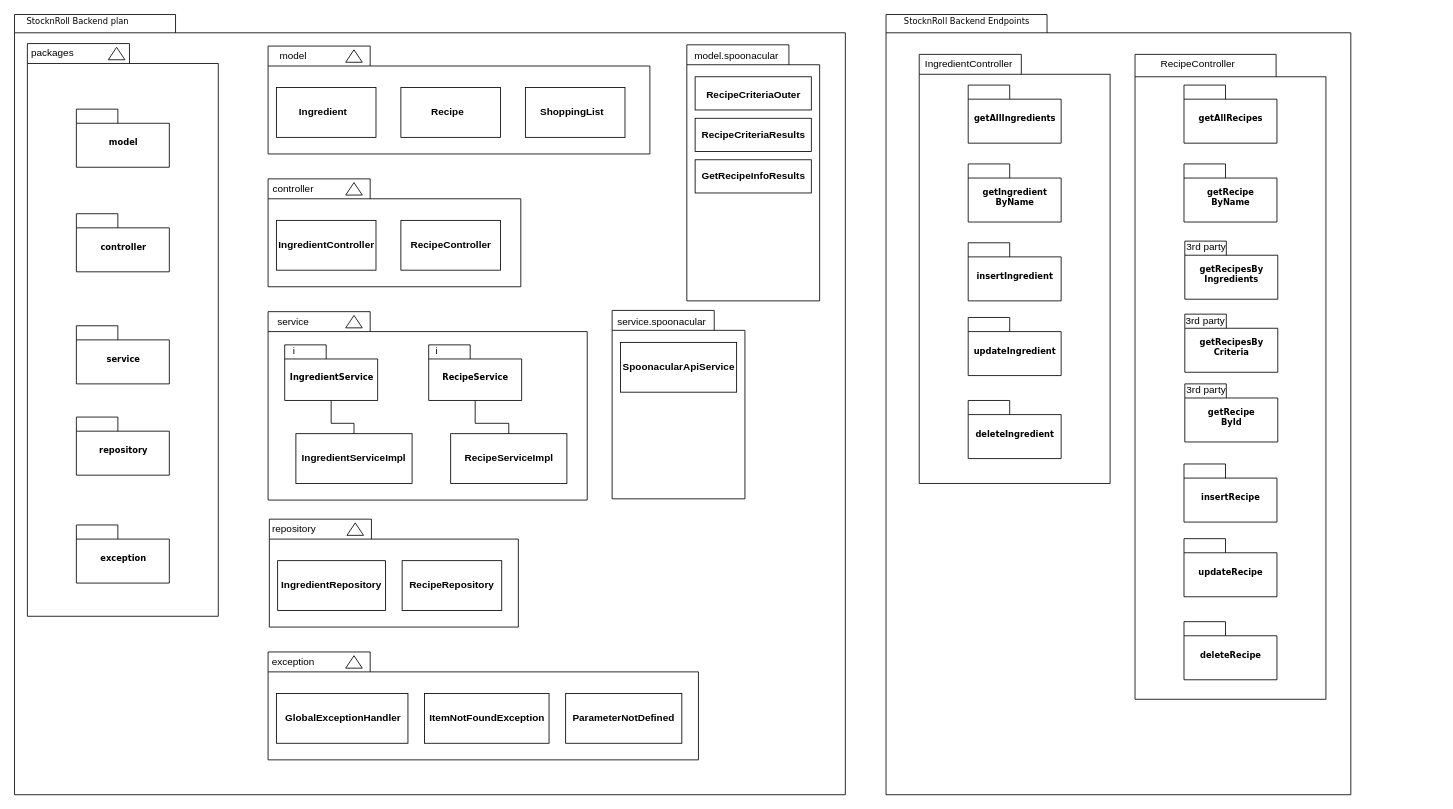
Above: Data-flows.drawio in Candlelight-apps/stocknroll-backend (draw.io), before the change. Source tidied: cells renumbered, new cells numbered last; positions are measured from the earlier drawing's top-left corner, leaving out a move shared by most shapes. Both pictures are drawn from the tidied source at 83%, with x=0, y=0 at pixel (14, 13).
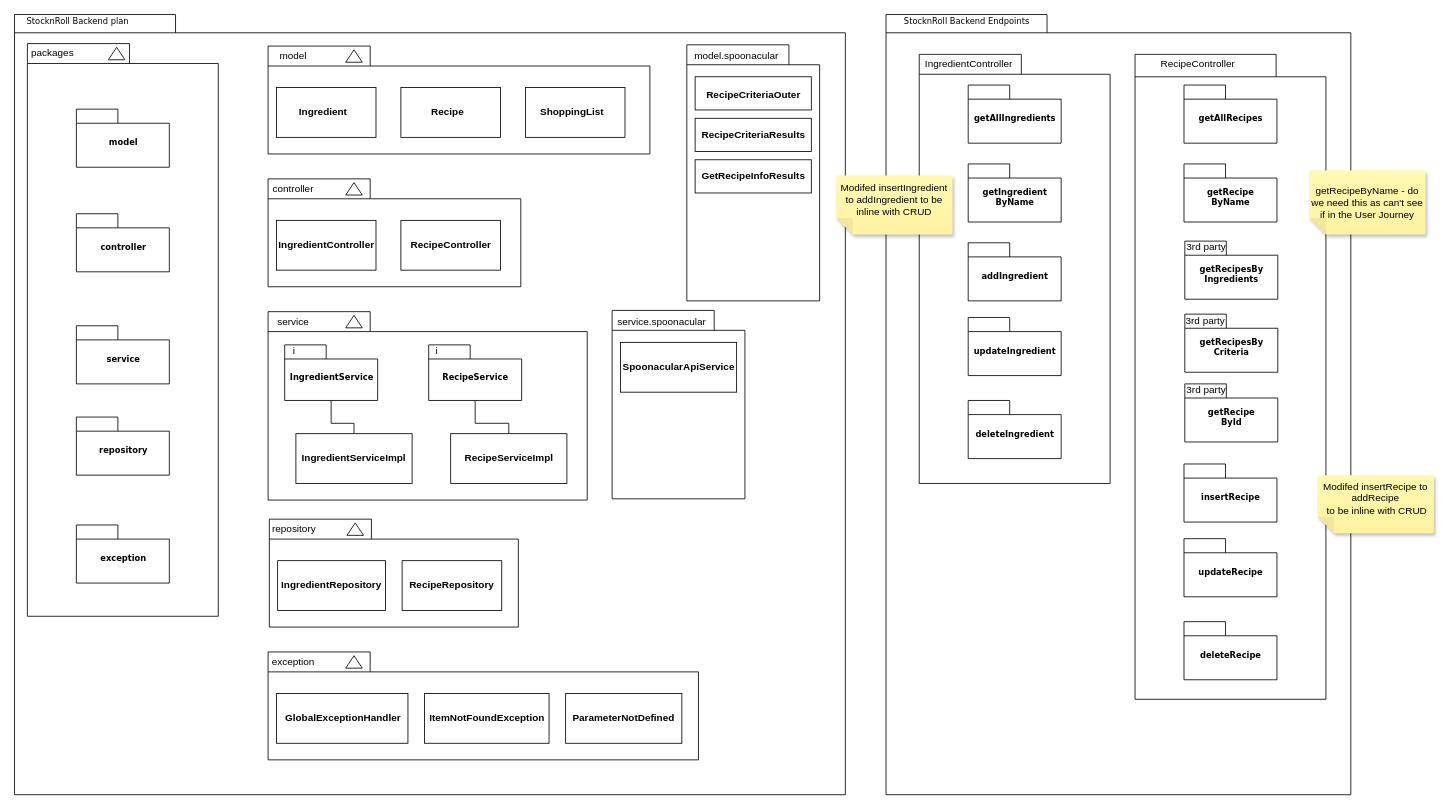
The same page after the edit.

The change refers to these unchanged cells:
```xml
<mxCell id="51" style="group;" parent="1" vertex="1">
  <mxGeometry x="1090" y="46" width="230" height="520" as="geometry" />
</mxCell>
```

The edit, as a diff of the source:
```diff
@@
-    <mxCell id="55" value="insertIngredient" style="shape=folder;fontStyle=1;spacingTop=10;tabWidth=50;tabHeight=17;tabPosition=left;html=1;rounded=0;shadow=0;comic=0;labelBackgroundColor=none;strokeWidth=1;fontFamily=Verdana;fontSize=10;align=center;" parent="51" vertex="1">
+    <mxCell id="55" value="add&lt;span style=&quot;background-color: initial;&quot;&gt;Ingredient&lt;/span&gt;" style="shape=folder;fontStyle=1;spacingTop=10;tabWidth=50;tabHeight=17;tabPosition=left;html=1;rounded=0;shadow=0;comic=0;labelBackgroundColor=none;strokeWidth=1;fontFamily=Verdana;fontSize=10;align=center;" parent="51" vertex="1">
       <mxGeometry x="59" y="230" width="112" height="70" as="geometry" />
     </mxCell>
@@
+    <mxCell id="117" value="getRecipeByName - do we need this as can't see if in the User Journey" style="shape=note;whiteSpace=wrap;html=1;backgroundOutline=1;fontColor=#000000;darkOpacity=0.05;fillColor=#FFF9B2;strokeColor=none;fillStyle=solid;direction=west;gradientDirection=north;gradientColor=#FFF2A1;shadow=1;size=20;" parent="1" vertex="1">
+      <mxGeometry x="1560" y="189" width="140" height="77" as="geometry" />
+    </mxCell>
+    <mxCell id="118" value="Modifed insertIngredient to addIngredient to be inline with CRUD&lt;div&gt;&lt;br&gt;&lt;/div&gt;" style="shape=note;whiteSpace=wrap;html=1;backgroundOutline=1;fontColor=#000000;darkOpacity=0.05;fillColor=#FFF9B2;strokeColor=none;fillStyle=solid;direction=west;gradientDirection=north;gradientColor=#FFF2A1;shadow=1;size=20;" parent="1" vertex="1">
+      <mxGeometry x="990" y="195" width="140" height="71" as="geometry" />
+    </mxCell>
+    <mxCell id="119" value="Modifed insertRecipe to addRecipe&lt;div&gt;&amp;nbsp;to be inline with CRUD&lt;div&gt;&lt;br&gt;&lt;/div&gt;&lt;/div&gt;" style="shape=note;whiteSpace=wrap;html=1;backgroundOutline=1;fontColor=#000000;darkOpacity=0.05;fillColor=#FFF9B2;strokeColor=none;fillStyle=solid;direction=west;gradientDirection=north;gradientColor=#FFF2A1;shadow=1;size=20;" parent="1" vertex="1">
+      <mxGeometry x="1570" y="556" width="140" height="70" as="geometry" />
+    </mxCell>
```
